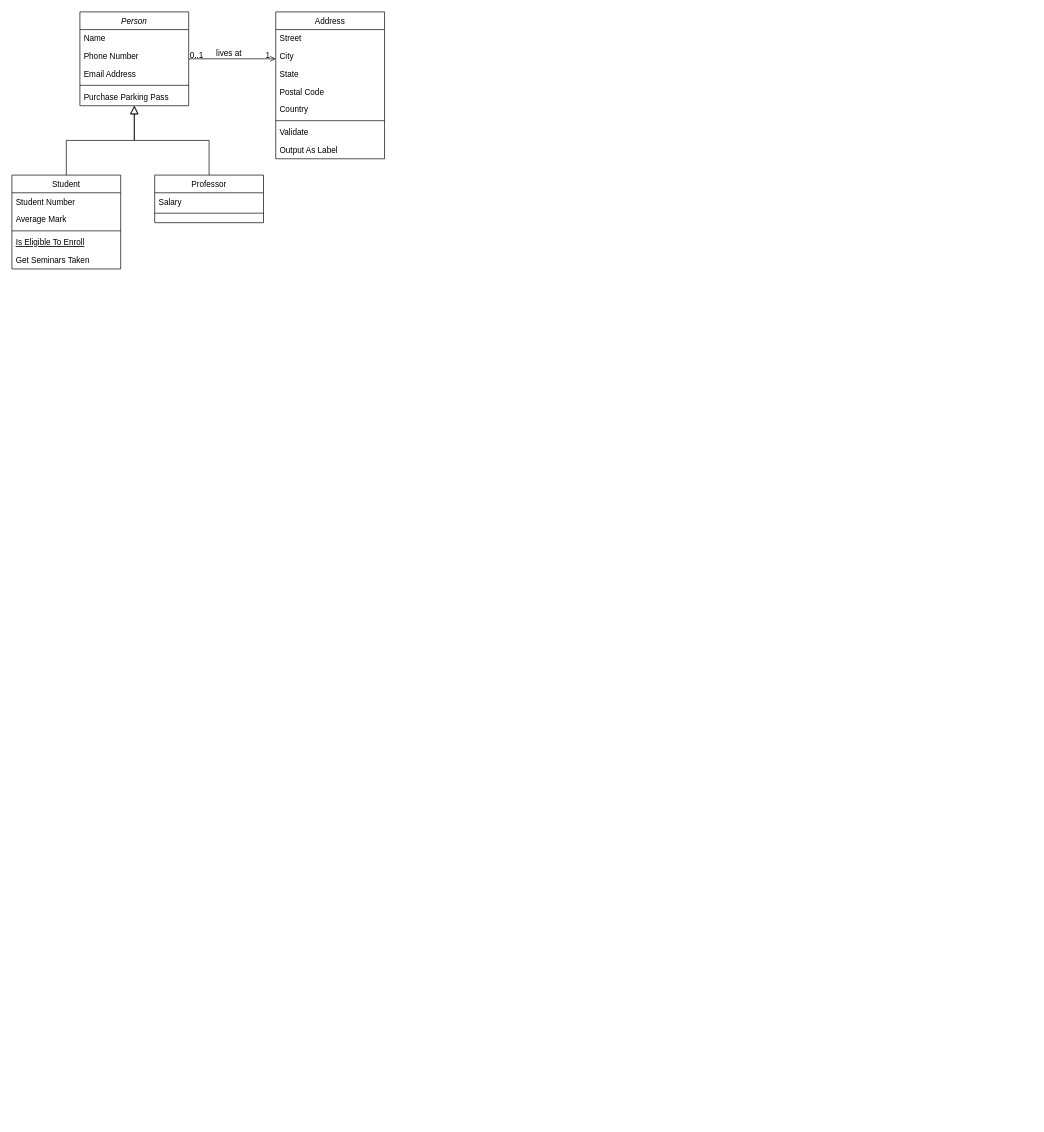
This is class.drawio from SL-E/business-innovation-585, a draw.io file, before an edit. Source tidied: cells renumbered, new cells numbered last; positions are measured from the earlier drawing's top-left corner, leaving out a move shared by most shapes. Both pictures are drawn from the tidied source at 68%, with x=0, y=0 at pixel (12, 12).
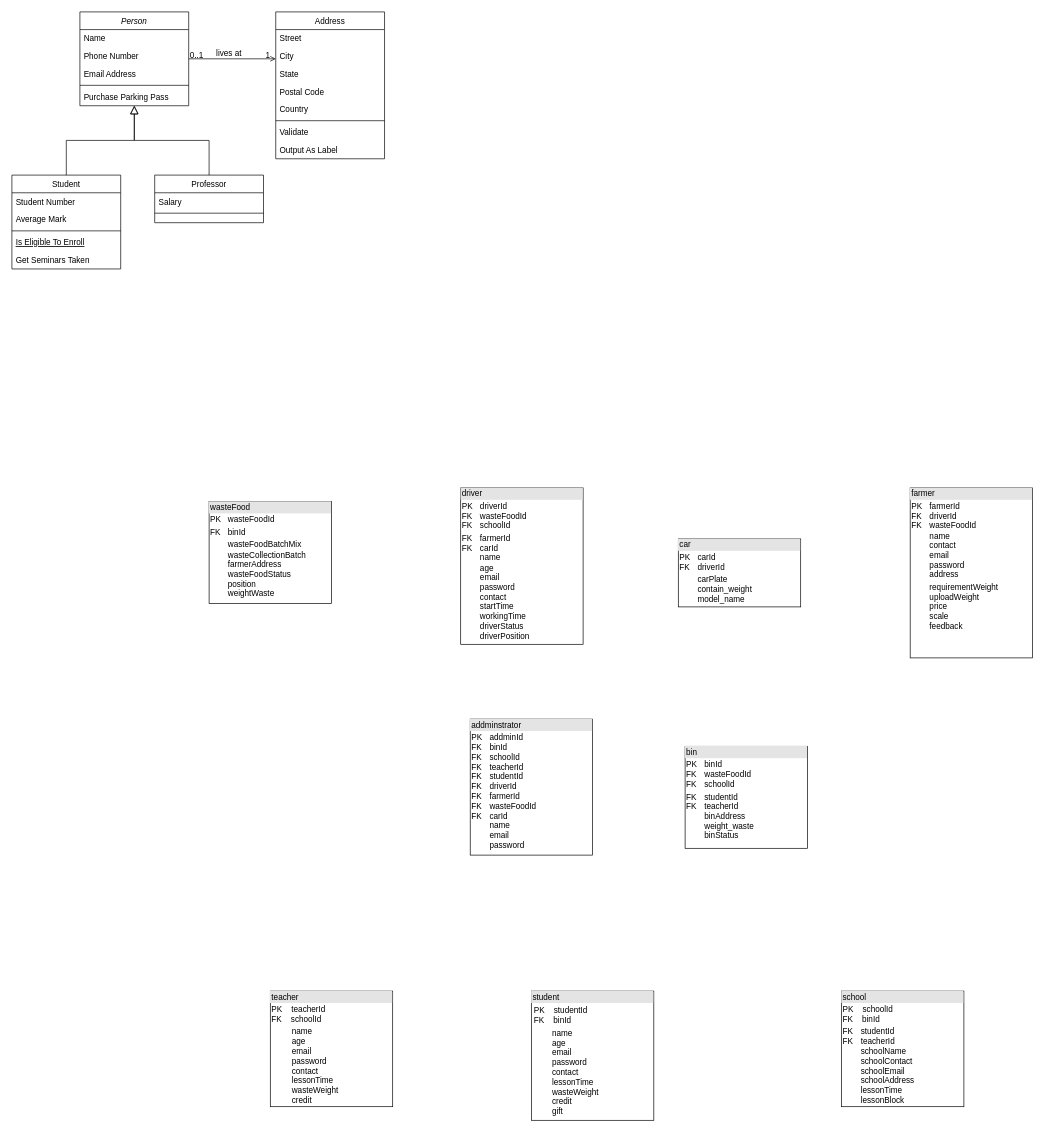
Above is the later version.

The edit, as a diff of the source:
```diff
@@
+    <mxCell id="32" value="&lt;div style=&quot;box-sizing:border-box;width:100%;background:#e4e4e4;padding:2px;&quot;&gt;&lt;font color=&quot;#000000&quot;&gt;wasteFood&lt;/font&gt;&lt;/div&gt;&lt;table style=&quot;width:100%;font-size:1em;&quot; cellpadding=&quot;2&quot; cellspacing=&quot;0&quot;&gt;&lt;tbody&gt;&lt;tr&gt;&lt;td&gt;PK&lt;/td&gt;&lt;td&gt;wasteFoodId&lt;/td&gt;&lt;/tr&gt;&lt;tr&gt;&lt;td&gt;FK&lt;/td&gt;&lt;td&gt;binId&lt;/td&gt;&lt;/tr&gt;&lt;tr&gt;&lt;td&gt;&lt;/td&gt;&lt;td&gt;wasteFoodBatchMix&lt;br&gt;wasteCollectionBatch&lt;br&gt;farmerAddress&lt;br&gt;wasteFoodStatus&lt;br&gt;position&lt;br&gt;weightWaste&lt;br&gt;&lt;br&gt;&lt;br&gt;&lt;/td&gt;&lt;/tr&gt;&lt;/tbody&gt;&lt;/table&gt;" style="verticalAlign=top;align=left;overflow=fill;html=1;whiteSpace=wrap;" parent="1" vertex="1">
+      <mxGeometry x="290" y="720" width="180" height="150" as="geometry" />
+    </mxCell>
+    <mxCell id="33" value="&lt;div style=&quot;box-sizing:border-box;width:100%;background:#e4e4e4;padding:2px;&quot;&gt;&lt;font color=&quot;#000000&quot;&gt;bin&lt;/font&gt;&lt;/div&gt;&lt;table style=&quot;width:100%;font-size:1em;&quot; cellpadding=&quot;2&quot; cellspacing=&quot;0&quot;&gt;&lt;tbody&gt;&lt;tr&gt;&lt;td&gt;PK&lt;span style=&quot;white-space: pre;&quot;&gt;&#9;&lt;/span&gt;binId&lt;br&gt;FK&lt;span style=&quot;white-space: pre;&quot;&gt;&#9;&lt;/span&gt;wasteFoodId&lt;span style=&quot;white-space: pre;&quot;&gt;&#9;&lt;/span&gt;&lt;span style=&quot;white-space: pre;&quot;&gt;&#9;&lt;/span&gt;&lt;span style=&quot;white-space: pre;&quot;&gt;&#9;&lt;/span&gt;&lt;br&gt;FK&lt;span style=&quot;white-space: pre;&quot;&gt;&#9;&lt;/span&gt;schoolId&lt;br&gt;&lt;/td&gt;&lt;td&gt;&lt;br&gt;&lt;/td&gt;&lt;/tr&gt;&lt;tr&gt;&lt;td&gt;FK&lt;span style=&quot;white-space: pre;&quot;&gt;&#9;&lt;/span&gt;studentId&lt;br&gt;FK&lt;span style=&quot;white-space: pre;&quot;&gt;&#9;&lt;/span&gt;teacherId&lt;br&gt;&lt;span style=&quot;white-space: pre;&quot;&gt;&#9;&lt;/span&gt;binAddress&lt;br&gt;&lt;span style=&quot;white-space: pre;&quot;&gt;&#9;&lt;/span&gt;weight_waste&lt;br&gt;&lt;span style=&quot;white-space: pre;&quot;&gt;&#9;&lt;/span&gt;binStatus&lt;br&gt;&lt;/td&gt;&lt;td&gt;&lt;br&gt;&lt;/td&gt;&lt;/tr&gt;&lt;tr&gt;&lt;td&gt;&lt;br&gt;&lt;/td&gt;&lt;td&gt;&lt;br&gt;&lt;br&gt;&lt;br&gt;&lt;br&gt;&lt;br&gt;&lt;/td&gt;&lt;/tr&gt;&lt;/tbody&gt;&lt;/table&gt;" style="verticalAlign=top;align=left;overflow=fill;html=1;whiteSpace=wrap;" parent="1" vertex="1">
+      <mxGeometry x="990" y="1080" width="180" height="150" as="geometry" />
+    </mxCell>
+    <mxCell id="34" value="&lt;div style=&quot;box-sizing:border-box;width:100%;background:#e4e4e4;padding:2px;&quot;&gt;&lt;font color=&quot;#000000&quot;&gt;driver&lt;/font&gt;&lt;/div&gt;&lt;table style=&quot;width:100%;font-size:1em;&quot; cellpadding=&quot;2&quot; cellspacing=&quot;0&quot;&gt;&lt;tbody&gt;&lt;tr&gt;&lt;td&gt;PK&lt;span style=&quot;white-space: pre;&quot;&gt;&#9;&lt;/span&gt;driverId&lt;br&gt;FK&lt;span style=&quot;white-space: pre;&quot;&gt;&#9;&lt;/span&gt;wasteFoodId&lt;span style=&quot;white-space: pre;&quot;&gt;&#9;&lt;/span&gt;&lt;span style=&quot;white-space: pre;&quot;&gt;&#9;&lt;/span&gt;&lt;span style=&quot;white-space: pre;&quot;&gt;&#9;&lt;/span&gt;&lt;br&gt;FK&lt;span style=&quot;white-space: pre;&quot;&gt;&#9;&lt;/span&gt;schoolId&lt;br&gt;&lt;/td&gt;&lt;td&gt;&lt;br&gt;&lt;/td&gt;&lt;/tr&gt;&lt;tr&gt;&lt;td&gt;FK&lt;span style=&quot;white-space: pre;&quot;&gt;&#9;&lt;/span&gt;farmerId&lt;br&gt;FK&lt;span style=&quot;white-space: pre;&quot;&gt;&#9;&lt;/span&gt;carId&lt;br&gt;&lt;span style=&quot;white-space: pre;&quot;&gt;&#9;&lt;/span&gt;name&lt;br&gt;&lt;span style=&quot;white-space: pre;&quot;&gt;&#9;&lt;/span&gt;age&lt;br&gt;&lt;span style=&quot;white-space: pre;&quot;&gt;&#9;&lt;/span&gt;email&lt;br&gt;&lt;span style=&quot;white-space: pre;&quot;&gt;&#9;&lt;/span&gt;password&lt;br&gt;&lt;span style=&quot;white-space: pre;&quot;&gt;&#9;&lt;/span&gt;contact&lt;br&gt;&lt;span style=&quot;white-space: pre;&quot;&gt;&#9;&lt;/span&gt;startTime&lt;br&gt;&lt;span style=&quot;white-space: pre;&quot;&gt;&#9;&lt;/span&gt;workingTime&lt;br&gt;&lt;span style=&quot;white-space: pre;&quot;&gt;&#9;&lt;/span&gt;driverStatus&lt;br&gt;&lt;span style=&quot;white-space: pre;&quot;&gt;&#9;&lt;/span&gt;driverPosition&lt;br&gt;&lt;/td&gt;&lt;td&gt;&lt;br&gt;&lt;/td&gt;&lt;/tr&gt;&lt;tr&gt;&lt;td&gt;&lt;br&gt;&lt;/td&gt;&lt;td&gt;&lt;br&gt;&lt;br&gt;&lt;br&gt;&lt;br&gt;&lt;br&gt;&lt;/td&gt;&lt;/tr&gt;&lt;/tbody&gt;&lt;/table&gt;" style="verticalAlign=top;align=left;overflow=fill;html=1;whiteSpace=wrap;" parent="1" vertex="1">
+      <mxGeometry x="660" y="700" width="180" height="230" as="geometry" />
+    </mxCell>
+    <mxCell id="35" value="&lt;div style=&quot;box-sizing:border-box;width:100%;background:#e4e4e4;padding:2px;&quot;&gt;&lt;font color=&quot;#000000&quot;&gt;car&lt;/font&gt;&lt;/div&gt;&lt;table style=&quot;width:100%;font-size:1em;&quot; cellpadding=&quot;2&quot; cellspacing=&quot;0&quot;&gt;&lt;tbody&gt;&lt;tr&gt;&lt;td&gt;PK&lt;span style=&quot;white-space: pre;&quot;&gt;&#9;&lt;/span&gt;carId&lt;br&gt;FK&lt;span style=&quot;white-space: pre;&quot;&gt;&#9;&lt;/span&gt;driverId&lt;span style=&quot;white-space: pre;&quot;&gt;&#9;&lt;/span&gt;&lt;span style=&quot;white-space: pre;&quot;&gt;&#9;&lt;/span&gt;&lt;span style=&quot;white-space: pre;&quot;&gt;&#9;&lt;/span&gt;&lt;br&gt;&lt;/td&gt;&lt;td&gt;&lt;/td&gt;&lt;/tr&gt;&lt;tr&gt;&lt;td&gt;&lt;span style=&quot;white-space: pre;&quot;&gt;&#9;&lt;/span&gt;carPlate&lt;br&gt;&lt;span style=&quot;white-space: pre;&quot;&gt;&#9;&lt;/span&gt;contain_weight&lt;br&gt;&lt;span style=&quot;white-space: pre;&quot;&gt;&#9;&lt;/span&gt;model_name&lt;br&gt;&lt;/td&gt;&lt;td&gt;&lt;br&gt;&lt;/td&gt;&lt;/tr&gt;&lt;tr&gt;&lt;td&gt;&lt;br&gt;&lt;/td&gt;&lt;td&gt;&lt;br&gt;&lt;br&gt;&lt;br&gt;&lt;br&gt;&lt;br&gt;&lt;/td&gt;&lt;/tr&gt;&lt;/tbody&gt;&lt;/table&gt;" style="verticalAlign=top;align=left;overflow=fill;html=1;whiteSpace=wrap;" parent="1" vertex="1">
+      <mxGeometry x="980" y="775" width="180" height="100" as="geometry" />
+    </mxCell>
+    <mxCell id="36" value="&lt;div style=&quot;box-sizing:border-box;width:100%;background:#e4e4e4;padding:2px;&quot;&gt;&lt;font color=&quot;#000000&quot;&gt;teacher&lt;/font&gt;&lt;/div&gt;&lt;table style=&quot;width:100%;font-size:1em;&quot; cellpadding=&quot;2&quot; cellspacing=&quot;0&quot;&gt;&lt;tbody&gt;&lt;tr&gt;&lt;td&gt;PK&lt;span style=&quot;&quot;&gt;&lt;span style=&quot;white-space: pre;&quot;&gt;&amp;nbsp;&amp;nbsp;&amp;nbsp;&amp;nbsp;&lt;/span&gt;&lt;/span&gt;teacherId&lt;br&gt;FK&lt;span style=&quot;&quot;&gt;&lt;span style=&quot;white-space: pre;&quot;&gt;&amp;nbsp;&amp;nbsp;&amp;nbsp;&amp;nbsp;&lt;/span&gt;&lt;/span&gt;schoolId&lt;span style=&quot;&quot;&gt;&lt;span style=&quot;white-space: pre;&quot;&gt;&amp;nbsp;&amp;nbsp;&amp;nbsp;&amp;nbsp;&lt;/span&gt;&lt;/span&gt;&lt;span style=&quot;&quot;&gt;&lt;span style=&quot;white-space: pre;&quot;&gt;&amp;nbsp;&amp;nbsp;&amp;nbsp;&amp;nbsp;&lt;/span&gt;&lt;/span&gt;&lt;span style=&quot;&quot;&gt;&lt;span style=&quot;white-space: pre;&quot;&gt;&amp;nbsp;&amp;nbsp;&amp;nbsp;&amp;nbsp;&lt;/span&gt;&lt;/span&gt;&lt;br&gt;&lt;/td&gt;&lt;td&gt;&lt;br&gt;&lt;/td&gt;&lt;/tr&gt;&lt;tr&gt;&lt;td&gt;&lt;span style=&quot;&quot;&gt;&lt;span style=&quot;white-space: pre;&quot;&gt;&amp;nbsp;&amp;nbsp;&amp;nbsp;&amp;nbsp;&lt;span style=&quot;white-space: pre;&quot;&gt;&#9;&lt;/span&gt; n&lt;/span&gt;&lt;/span&gt;ame&lt;br&gt;&lt;span style=&quot;&quot;&gt;&lt;span style=&quot;white-space: pre;&quot;&gt;&amp;nbsp;&amp;nbsp;&amp;nbsp;&amp;nbsp;&lt;span style=&quot;white-space: pre;&quot;&gt;&#9;&lt;/span&gt; &lt;/span&gt;&lt;/span&gt;age&lt;br&gt;&lt;span style=&quot;&quot;&gt;&lt;span style=&quot;white-space: pre;&quot;&gt;&amp;nbsp;&amp;nbsp;&amp;nbsp;&amp;nbsp;&lt;span style=&quot;white-space: pre;&quot;&gt;&#9;&lt;/span&gt; &lt;/span&gt;&lt;/span&gt;email&lt;br&gt;&lt;span style=&quot;&quot;&gt;&lt;span style=&quot;white-space: pre;&quot;&gt;&amp;nbsp;&amp;nbsp;&amp;nbsp;&amp;nbsp;&lt;span style=&quot;white-space: pre;&quot;&gt;&#9;&lt;/span&gt; &lt;/span&gt;&lt;/span&gt;password&lt;br&gt;&lt;span style=&quot;&quot;&gt;&lt;span style=&quot;white-space: pre;&quot;&gt;&amp;nbsp;&amp;nbsp;&amp;nbsp;&amp;nbsp;&lt;span style=&quot;white-space: pre;&quot;&gt;&#9;&lt;/span&gt; &lt;/span&gt;&lt;/span&gt;contact&lt;br&gt;&lt;span style=&quot;&quot;&gt;&lt;span style=&quot;white-space: pre;&quot;&gt;&amp;nbsp;&amp;nbsp;&amp;nbsp;&amp;nbsp;&lt;span style=&quot;white-space: pre;&quot;&gt;&#9;&lt;/span&gt; &lt;/span&gt;&lt;/span&gt;lessonTime&lt;br&gt;&lt;span style=&quot;&quot;&gt;&lt;span style=&quot;white-space: pre;&quot;&gt;&amp;nbsp;&amp;nbsp;&amp;nbsp;&amp;nbsp;&lt;span style=&quot;white-space: pre;&quot;&gt;&#9;&lt;/span&gt; &lt;/span&gt;&lt;/span&gt;wasteWeight&lt;br&gt;&lt;span style=&quot;&quot;&gt;&lt;span style=&quot;white-space: pre;&quot;&gt;&amp;nbsp;&amp;nbsp;&amp;nbsp;&amp;nbsp;&lt;span style=&quot;white-space: pre;&quot;&gt;&#9;&lt;/span&gt; &lt;/span&gt;&lt;/span&gt;credit&lt;br&gt;&lt;br&gt;&lt;br&gt;&lt;/td&gt;&lt;td&gt;&lt;br&gt;&lt;/td&gt;&lt;/tr&gt;&lt;tr&gt;&lt;td&gt;&lt;br&gt;&lt;/td&gt;&lt;td&gt;&lt;br&gt;&lt;br&gt;&lt;br&gt;&lt;br&gt;&lt;br&gt;&lt;/td&gt;&lt;/tr&gt;&lt;/tbody&gt;&lt;/table&gt;" style="verticalAlign=top;align=left;overflow=fill;html=1;whiteSpace=wrap;" parent="1" vertex="1">
+      <mxGeometry x="380" y="1440" width="180" height="170" as="geometry" />
+    </mxCell>
+    <mxCell id="37" value="&lt;div style=&quot;box-sizing:border-box;width:100%;background:#e4e4e4;padding:2px;&quot;&gt;&lt;font color=&quot;#000000&quot;&gt;student&lt;/font&gt;&lt;/div&gt;&lt;table style=&quot;width:100%;font-size:1em;&quot; cellpadding=&quot;2&quot; cellspacing=&quot;0&quot;&gt;&lt;tbody&gt;&lt;tr&gt;&lt;td&gt;&lt;table style=&quot;border-color: var(--border-color); font-size: 1em; background-color: initial; width: 176px;&quot; cellpadding=&quot;2&quot; cellspacing=&quot;0&quot;&gt;&lt;tbody style=&quot;border-color: var(--border-color);&quot;&gt;&lt;tr style=&quot;border-color: var(--border-color);&quot;&gt;&lt;td style=&quot;border-color: var(--border-color);&quot;&gt;PK&lt;span style=&quot;white-space: pre;&quot;&gt;&amp;nbsp;&amp;nbsp;&amp;nbsp;&amp;nbsp;&lt;/span&gt;studentId&lt;br style=&quot;border-color: var(--border-color);&quot;&gt;FK&lt;span style=&quot;border-color: var(--border-color);&quot;&gt;&lt;span style=&quot;white-space: pre;&quot;&gt;&amp;nbsp;&amp;nbsp;&amp;nbsp;&amp;nbsp;&lt;/span&gt;&lt;/span&gt;binId&lt;span style=&quot;border-color: var(--border-color);&quot;&gt;&lt;span style=&quot;white-space: pre;&quot;&gt;&amp;nbsp;&amp;nbsp;&amp;nbsp;&amp;nbsp;&lt;/span&gt;&lt;/span&gt;&lt;span style=&quot;border-color: var(--border-color);&quot;&gt;&lt;span style=&quot;white-space: pre;&quot;&gt;&amp;nbsp;&amp;nbsp;&amp;nbsp;&amp;nbsp;&lt;/span&gt;&lt;/span&gt;&lt;span style=&quot;border-color: var(--border-color);&quot;&gt;&lt;span style=&quot;white-space: pre;&quot;&gt;&amp;nbsp;&amp;nbsp;&amp;nbsp;&amp;nbsp;&lt;/span&gt;&lt;/span&gt;&lt;br style=&quot;border-color: var(--border-color);&quot;&gt;&lt;/td&gt;&lt;td style=&quot;border-color: var(--border-color);&quot;&gt;&lt;br style=&quot;border-color: var(--border-color);&quot;&gt;&lt;/td&gt;&lt;/tr&gt;&lt;tr style=&quot;border-color: var(--border-color);&quot;&gt;&lt;td style=&quot;border-color: var(--border-color);&quot;&gt;&lt;span style=&quot;border-color: var(--border-color);&quot;&gt;&lt;span style=&quot;white-space: pre;&quot;&gt;&amp;nbsp;&amp;nbsp;&amp;nbsp;&amp;nbsp;&lt;span style=&quot;white-space: pre;&quot;&gt;&#9;&lt;/span&gt;&lt;/span&gt;&lt;/span&gt;name&lt;br style=&quot;border-color: var(--border-color);&quot;&gt;&lt;span style=&quot;border-color: var(--border-color);&quot;&gt;&lt;span style=&quot;white-space: pre;&quot;&gt;&amp;nbsp;&amp;nbsp;&amp;nbsp;&amp;nbsp;&lt;span style=&quot;white-space: pre;&quot;&gt;&#9;&lt;/span&gt;&lt;/span&gt;&lt;/span&gt;age&lt;br style=&quot;border-color: var(--border-color);&quot;&gt;&lt;span style=&quot;border-color: var(--border-color);&quot;&gt;&lt;span style=&quot;white-space: pre;&quot;&gt;&amp;nbsp;&amp;nbsp;&amp;nbsp;&amp;nbsp;&lt;span style=&quot;white-space: pre;&quot;&gt;&#9;&lt;/span&gt;&lt;/span&gt;&lt;/span&gt;email&lt;br style=&quot;border-color: var(--border-color);&quot;&gt;&lt;span style=&quot;border-color: var(--border-color);&quot;&gt;&lt;span style=&quot;white-space: pre;&quot;&gt;&amp;nbsp;&amp;nbsp;&amp;nbsp;&amp;nbsp;&lt;span style=&quot;white-space: pre;&quot;&gt;&#9;&lt;/span&gt;&lt;/span&gt;&lt;/span&gt;password&lt;br style=&quot;border-color: var(--border-color);&quot;&gt;&lt;span style=&quot;border-color: var(--border-color);&quot;&gt;&lt;span style=&quot;white-space: pre;&quot;&gt;&amp;nbsp;&amp;nbsp;&amp;nbsp;&amp;nbsp;&lt;span style=&quot;white-space: pre;&quot;&gt;&#9;&lt;/span&gt;&lt;/span&gt;&lt;/span&gt;contact&lt;br style=&quot;border-color: var(--border-color);&quot;&gt;&lt;span style=&quot;border-color: var(--border-color);&quot;&gt;&lt;span style=&quot;white-space: pre;&quot;&gt;&amp;nbsp;&amp;nbsp;&amp;nbsp;&amp;nbsp;&lt;span style=&quot;white-space: pre;&quot;&gt;&#9;&lt;/span&gt;&lt;/span&gt;&lt;/span&gt;lessonTime&lt;br style=&quot;border-color: var(--border-color);&quot;&gt;&lt;span style=&quot;border-color: var(--border-color);&quot;&gt;&lt;span style=&quot;white-space: pre;&quot;&gt;&amp;nbsp;&amp;nbsp;&amp;nbsp;&amp;nbsp;&lt;span style=&quot;white-space: pre;&quot;&gt;&#9;&lt;/span&gt;&lt;/span&gt;&lt;/span&gt;wasteWeight&lt;br style=&quot;border-color: var(--border-color);&quot;&gt;&lt;span style=&quot;border-color: var(--border-color);&quot;&gt;&lt;span style=&quot;white-space: pre;&quot;&gt;&amp;nbsp;&amp;nbsp;&amp;nbsp;&amp;nbsp;&lt;span style=&quot;white-space: pre;&quot;&gt;&#9;&lt;/span&gt;&lt;/span&gt;&lt;/span&gt;credit&lt;br style=&quot;border-color: var(--border-color);&quot;&gt;&lt;span style=&quot;border-color: var(--border-color);&quot;&gt;&lt;span style=&quot;white-space: pre;&quot;&gt;&amp;nbsp;&amp;nbsp;&amp;nbsp;&amp;nbsp;&lt;span style=&quot;white-space: pre;&quot;&gt;&#9;&lt;/span&gt;&lt;/span&gt;&lt;/span&gt;gift&lt;/td&gt;&lt;/tr&gt;&lt;/tbody&gt;&lt;/table&gt;&lt;/td&gt;&lt;td&gt;&lt;br&gt;&lt;/td&gt;&lt;/tr&gt;&lt;tr&gt;&lt;td&gt;&lt;br&gt;&lt;/td&gt;&lt;td&gt;&lt;br&gt;&lt;br&gt;&lt;br&gt;&lt;br&gt;&lt;br&gt;&lt;/td&gt;&lt;/tr&gt;&lt;/tbody&gt;&lt;/table&gt;" style="verticalAlign=top;align=left;overflow=fill;html=1;whiteSpace=wrap;" parent="1" vertex="1">
+      <mxGeometry x="764" y="1440" width="180" height="190" as="geometry" />
+    </mxCell>
+    <mxCell id="38" value="&lt;div style=&quot;box-sizing:border-box;width:100%;background:#e4e4e4;padding:2px;&quot;&gt;&lt;font color=&quot;#000000&quot;&gt;school&lt;/font&gt;&lt;/div&gt;&lt;table style=&quot;width:100%;font-size:1em;&quot; cellpadding=&quot;2&quot; cellspacing=&quot;0&quot;&gt;&lt;tbody&gt;&lt;tr&gt;&lt;td&gt;PK&lt;span style=&quot;&quot;&gt;&lt;span style=&quot;white-space: pre;&quot;&gt;&amp;nbsp;&amp;nbsp;&amp;nbsp;&amp;nbsp;school&lt;/span&gt;&lt;/span&gt;Id&lt;br&gt;FK&lt;span style=&quot;&quot;&gt;&lt;span style=&quot;white-space: pre;&quot;&gt;&amp;nbsp;&amp;nbsp;&amp;nbsp;&amp;nbsp;bin&lt;/span&gt;&lt;/span&gt;Id&lt;span style=&quot;&quot;&gt;&lt;span style=&quot;white-space: pre;&quot;&gt;&amp;nbsp;&amp;nbsp;&amp;nbsp;&amp;nbsp;&lt;/span&gt;&lt;/span&gt;&lt;span style=&quot;&quot;&gt;&lt;span style=&quot;white-space: pre;&quot;&gt;&amp;nbsp;&amp;nbsp;&amp;nbsp;&amp;nbsp;&lt;/span&gt;&lt;/span&gt;&lt;span style=&quot;&quot;&gt;&lt;span style=&quot;white-space: pre;&quot;&gt;&amp;nbsp;&amp;nbsp;&amp;nbsp;&amp;nbsp;&lt;/span&gt;&lt;/span&gt;&lt;br&gt;&lt;/td&gt;&lt;td&gt;&lt;br&gt;&lt;/td&gt;&lt;/tr&gt;&lt;tr&gt;&lt;td&gt;FK&lt;span style=&quot;white-space: pre;&quot;&gt;&#9;&lt;/span&gt;studentId&lt;br&gt;FK&lt;span style=&quot;white-space: pre;&quot;&gt;&#9;&lt;/span&gt;teacherId&lt;br&gt;&lt;span style=&quot;white-space: pre;&quot;&gt;&#9;&lt;/span&gt;schoolName&lt;br&gt;&lt;span style=&quot;white-space: pre;&quot;&gt;&#9;&lt;/span&gt;schoolContact&lt;br&gt;&lt;span style=&quot;&quot;&gt;&lt;span style=&quot;white-space: pre;&quot;&gt;&amp;nbsp;&amp;nbsp;&amp;nbsp;&amp;nbsp;&lt;span style=&quot;white-space: pre;&quot;&gt;&#9;&lt;/span&gt;schoolE&lt;/span&gt;&lt;/span&gt;mail&lt;br&gt;&lt;span style=&quot;&quot;&gt;&lt;span style=&quot;white-space: pre;&quot;&gt;&amp;nbsp;&amp;nbsp;&amp;nbsp;&amp;nbsp;&lt;span style=&quot;white-space: pre;&quot;&gt;&#9;&lt;/span&gt;schoolAddress&lt;/span&gt;&lt;/span&gt;&lt;br&gt;&lt;span style=&quot;&quot;&gt;&lt;span style=&quot;white-space: pre;&quot;&gt;&amp;nbsp;&amp;nbsp;&amp;nbsp;&amp;nbsp;&lt;span style=&quot;white-space: pre;&quot;&gt;&#9;&lt;/span&gt;lessonTime&lt;br&gt;&lt;/span&gt;&lt;/span&gt;&lt;span style=&quot;white-space: pre;&quot;&gt;&#9;&lt;/span&gt;lessonBlock&lt;br&gt;&lt;br&gt;&lt;br&gt;&lt;/td&gt;&lt;td&gt;&lt;br&gt;&lt;/td&gt;&lt;/tr&gt;&lt;tr&gt;&lt;td&gt;&lt;br&gt;&lt;/td&gt;&lt;td&gt;&lt;br&gt;&lt;br&gt;&lt;br&gt;&lt;br&gt;&lt;br&gt;&lt;/td&gt;&lt;/tr&gt;&lt;/tbody&gt;&lt;/table&gt;" style="verticalAlign=top;align=left;overflow=fill;html=1;whiteSpace=wrap;" parent="1" vertex="1">
+      <mxGeometry x="1220" y="1440" width="180" height="170" as="geometry" />
+    </mxCell>
+    <mxCell id="39" value="&lt;div style=&quot;box-sizing:border-box;width:100%;background:#e4e4e4;padding:2px;&quot;&gt;&lt;font color=&quot;#000000&quot;&gt;farmer&lt;/font&gt;&lt;/div&gt;&lt;table style=&quot;width:100%;font-size:1em;&quot; cellpadding=&quot;2&quot; cellspacing=&quot;0&quot;&gt;&lt;tbody&gt;&lt;tr&gt;&lt;td&gt;PK&lt;span style=&quot;white-space: pre;&quot;&gt;&#9;&lt;/span&gt;farmerId&lt;br&gt;FK&lt;span style=&quot;white-space: pre;&quot;&gt;&#9;&lt;/span&gt;driverId&lt;span style=&quot;white-space: pre;&quot;&gt;&#9;&lt;/span&gt;&lt;span style=&quot;white-space: pre;&quot;&gt;&#9;&lt;/span&gt;&lt;br&gt;FK&lt;span style=&quot;white-space: pre;&quot;&gt;&#9;&lt;/span&gt;wasteFoodId&lt;br&gt;&lt;span style=&quot;white-space: pre;&quot;&gt;&#9;&lt;/span&gt;name&lt;br&gt;&lt;span style=&quot;white-space: pre;&quot;&gt;&#9;&lt;/span&gt;contact&lt;br&gt;&lt;span style=&quot;white-space: pre;&quot;&gt;&#9;&lt;/span&gt;email&lt;br&gt;&lt;span style=&quot;white-space: pre;&quot;&gt;&#9;&lt;/span&gt;password&lt;br&gt;&lt;span style=&quot;white-space: pre;&quot;&gt;&#9;&lt;/span&gt;address&lt;br&gt;&lt;/td&gt;&lt;td&gt;&lt;br&gt;&lt;/td&gt;&lt;/tr&gt;&lt;tr&gt;&lt;td&gt;&lt;span style=&quot;white-space: pre;&quot;&gt;&#9;&lt;/span&gt;requirementWeight&lt;br&gt;&lt;span style=&quot;white-space: pre;&quot;&gt;&#9;&lt;/span&gt;uploadWeight&lt;br&gt;&lt;span style=&quot;white-space: pre;&quot;&gt;&#9;&lt;/span&gt;price&lt;br&gt;&lt;span style=&quot;white-space: pre;&quot;&gt;&#9;&lt;/span&gt;scale&lt;br&gt;&lt;span style=&quot;white-space: pre;&quot;&gt;&#9;&lt;/span&gt;feedback&lt;br&gt;&lt;span style=&quot;white-space: pre;&quot;&gt;&#9;&lt;/span&gt;&lt;br&gt;&lt;/td&gt;&lt;td&gt;&lt;br&gt;&lt;/td&gt;&lt;/tr&gt;&lt;tr&gt;&lt;td&gt;&lt;br&gt;&lt;/td&gt;&lt;td&gt;&lt;br&gt;&lt;br&gt;&lt;br&gt;&lt;br&gt;&lt;br&gt;&lt;/td&gt;&lt;/tr&gt;&lt;/tbody&gt;&lt;/table&gt;" style="verticalAlign=top;align=left;overflow=fill;html=1;whiteSpace=wrap;" parent="1" vertex="1">
+      <mxGeometry x="1321" y="700" width="180" height="250" as="geometry" />
+    </mxCell>
+    <mxCell id="40" value="&lt;div style=&quot;box-sizing:border-box;width:100%;background:#e4e4e4;padding:2px;&quot;&gt;&lt;font color=&quot;#000000&quot;&gt;addminstrator&lt;/font&gt;&lt;/div&gt;&lt;table style=&quot;width:100%;font-size:1em;&quot; cellpadding=&quot;2&quot; cellspacing=&quot;0&quot;&gt;&lt;tbody&gt;&lt;tr&gt;&lt;td&gt;PK&lt;span style=&quot;white-space: pre;&quot;&gt;&#9;&lt;/span&gt;addminId&lt;br&gt;FK&lt;span style=&quot;white-space: pre;&quot;&gt;&#9;&lt;/span&gt;binId&lt;span style=&quot;white-space: pre;&quot;&gt;&#9;&lt;/span&gt;&lt;span style=&quot;white-space: pre;&quot;&gt;&#9;&lt;/span&gt;&lt;br&gt;FK&lt;span style=&quot;white-space: pre;&quot;&gt;&#9;&lt;/span&gt;schoolId&lt;br&gt;FK&lt;span style=&quot;white-space: pre;&quot;&gt;&#9;&lt;/span&gt;teacherId&lt;br&gt;FK&lt;span style=&quot;white-space: pre;&quot;&gt;&#9;&lt;/span&gt;studentId&lt;br&gt;FK&lt;span style=&quot;white-space: pre;&quot;&gt;&#9;&lt;/span&gt;driverId&lt;br&gt;FK&lt;span style=&quot;white-space: pre;&quot;&gt;&#9;&lt;/span&gt;farmerId&lt;br&gt;FK&lt;span style=&quot;white-space: pre;&quot;&gt;&#9;&lt;/span&gt;wasteFoodId&lt;br&gt;FK&lt;span style=&quot;white-space: pre;&quot;&gt;&#9;&lt;/span&gt;carId&lt;br&gt;&lt;span style=&quot;white-space: pre;&quot;&gt;&#9;&lt;/span&gt;name&lt;br&gt;&lt;span style=&quot;white-space: pre;&quot;&gt;&#9;&lt;/span&gt;email&lt;br&gt;&lt;span style=&quot;white-space: pre;&quot;&gt;&#9;&lt;/span&gt;password&lt;br&gt;&lt;/td&gt;&lt;td&gt;&lt;br&gt;&lt;/td&gt;&lt;/tr&gt;&lt;tr&gt;&lt;td&gt;&lt;br&gt;&lt;span style=&quot;white-space: pre;&quot;&gt;&#9;&lt;/span&gt;&lt;br&gt;&lt;/td&gt;&lt;td&gt;&lt;br&gt;&lt;/td&gt;&lt;/tr&gt;&lt;tr&gt;&lt;td&gt;&lt;br&gt;&lt;/td&gt;&lt;td&gt;&lt;br&gt;&lt;br&gt;&lt;br&gt;&lt;br&gt;&lt;br&gt;&lt;/td&gt;&lt;/tr&gt;&lt;/tbody&gt;&lt;/table&gt;" style="verticalAlign=top;align=left;overflow=fill;html=1;whiteSpace=wrap;" parent="1" vertex="1">
+      <mxGeometry x="674" y="1040" width="180" height="200" as="geometry" />
+    </mxCell>
```
